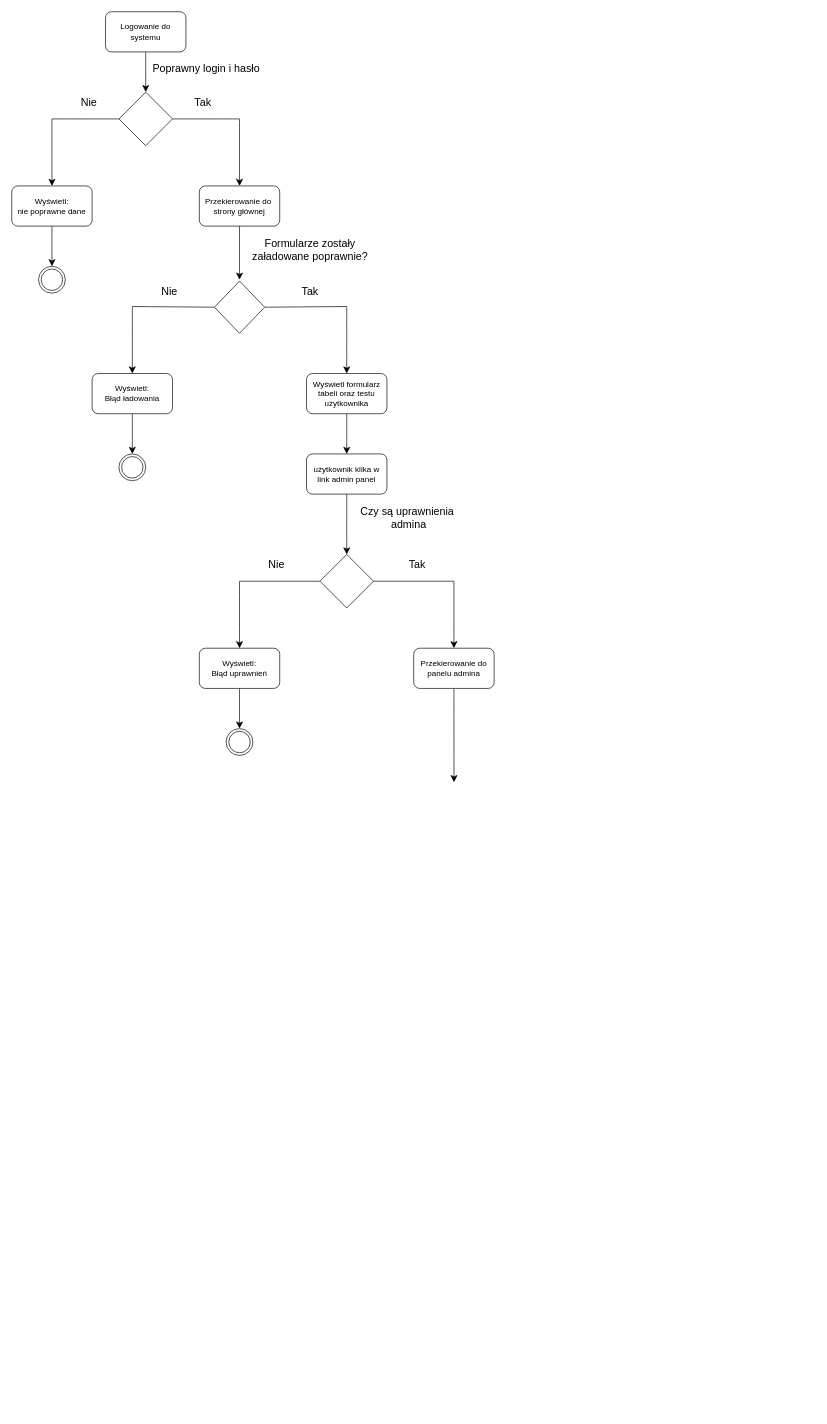
The draw.io diagram diagram/Diagram bez tytułu.drawio in Chill62/Diagram-egzamin, before the edit. Source tidied: cells renumbered, new cells numbered last; positions are measured from the earlier drawing's top-left corner, leaving out a move shared by most shapes. Both pictures are drawn from the tidied source at 67%, with x=0, y=0 at pixel (11, 11).
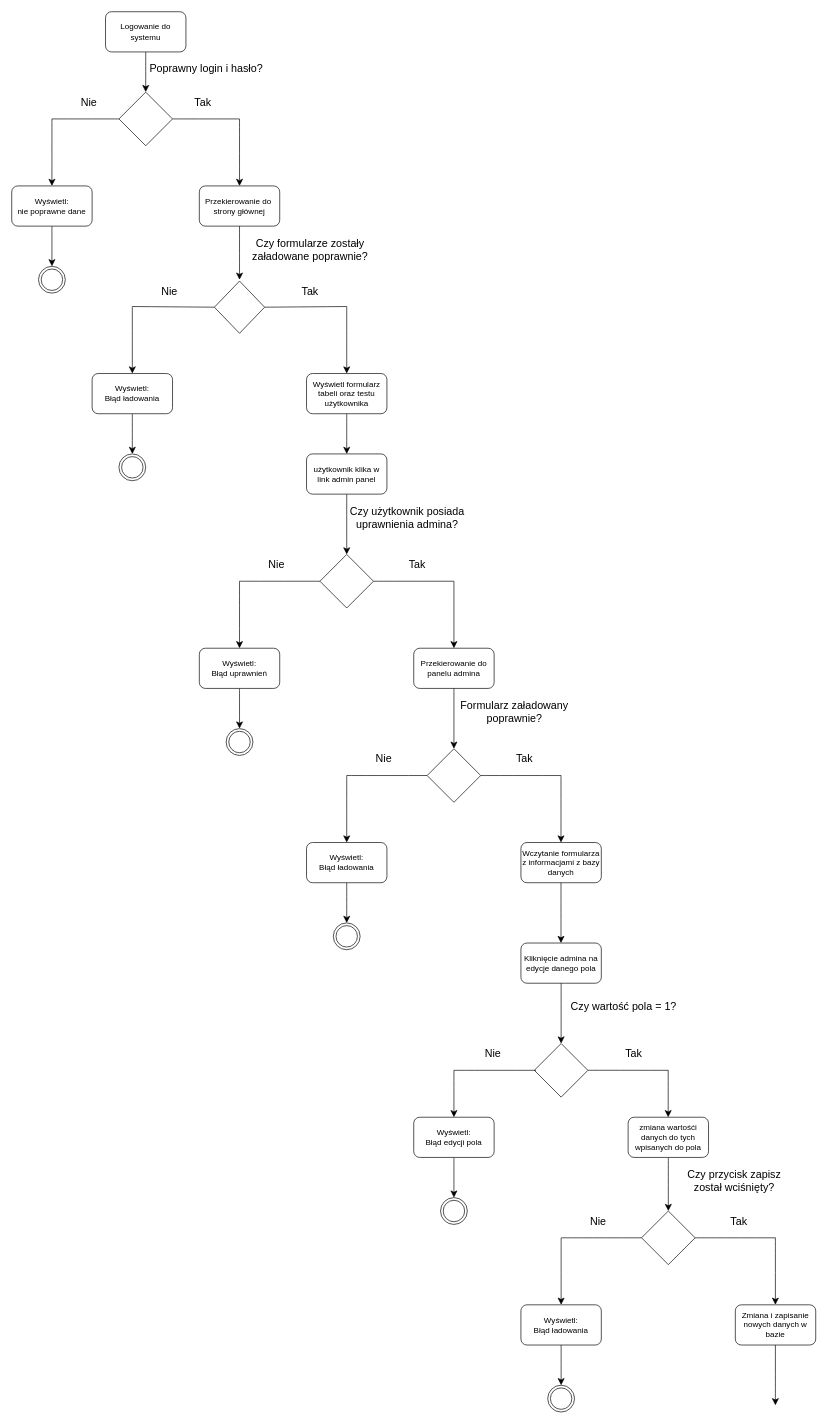
The same diagram, later.

Commit message:
Admin panel - edycja

The change refers to these unchanged cells:
```xml
<mxCell id="44" value="Przekierowanie do panelu admina" style="rounded=1;whiteSpace=wrap;html=1;" parent="1" vertex="1">
  <mxGeometry x="600" y="950" width="120" height="60" as="geometry" />
</mxCell>
```

What changed in the source:
```diff
@@
-    <mxCell id="9" value="Poprawny login i hasło" style="text;html=1;align=center;verticalAlign=middle;strokeColor=none;fillColor=none;fontSize=16;" parent="1" vertex="1">
-      <mxGeometry x="200" y="70" width="180" height="30" as="geometry" />
+    <mxCell id="9" value="Poprawny login i hasło?" style="text;html=1;align=center;verticalAlign=middle;strokeColor=none;fillColor=none;fontSize=16;" parent="1" vertex="1">
+      <mxGeometry x="195" y="70" width="190" height="30" as="geometry" />
     </mxCell>
@@
-    <mxCell id="20" value="Formularze zostały &lt;br&gt;załadowane&amp;nbsp;&lt;span style=&quot;background-color: initial;&quot;&gt;poprawnie?&lt;/span&gt;" style="text;html=1;align=center;verticalAlign=middle;strokeColor=none;fillColor=none;fontSize=16;" parent="1" vertex="1">
+    <mxCell id="20" value="Czy formularze zostały &lt;br&gt;załadowane&amp;nbsp;&lt;span style=&quot;background-color: initial;&quot;&gt;poprawnie?&lt;/span&gt;" style="text;html=1;align=center;verticalAlign=middle;strokeColor=none;fillColor=none;fontSize=16;" parent="1" vertex="1">
       <mxGeometry x="350" y="330" width="190" height="50" as="geometry" />
     </mxCell>
@@
-    <mxCell id="37" value="Czy są uprawnienia&lt;br&gt;&amp;nbsp;admina" style="text;html=1;align=center;verticalAlign=middle;strokeColor=none;fillColor=none;fontSize=16;" parent="1" vertex="1">
-      <mxGeometry x="510" y="730" width="160" height="50" as="geometry" />
+    <mxCell id="37" value="Czy użytkownik posiada &lt;br&gt;uprawnienia admina?" style="text;html=1;align=center;verticalAlign=middle;strokeColor=none;fillColor=none;fontSize=16;" parent="1" vertex="1">
+      <mxGeometry x="495" y="730" width="190" height="50" as="geometry" />
     </mxCell>
@@
-    <mxCell id="43" style="edgeStyle=none;curved=1;rounded=0;jettySize=auto;html=1;exitX=0.5;exitY=1;exitDx=0;exitDy=0;fontSize=12;startSize=8;endSize=8;" parent="1" edge="1" source="44">
-      <mxGeometry relative="1" as="geometry">
-        <mxPoint x="660.1" y="1150" as="targetPoint" />
-      </mxGeometry>
-    </mxCell>
@@
+    <mxCell id="45" style="edgeStyle=none;curved=1;rounded=0;jettySize=auto;html=1;exitX=0.5;exitY=1;exitDx=0;exitDy=0;fontSize=12;startSize=8;endSize=8;entryX=0.5;entryY=0;entryDx=0;entryDy=0;" parent="1" edge="1" target="46">
+      <mxGeometry relative="1" as="geometry">
+        <mxPoint x="660" y="1010" as="sourcePoint" />
+      </mxGeometry>
+    </mxCell>
+    <mxCell id="46" style="rhombus;whiteSpace=wrap;html=1;" parent="1" vertex="1">
+      <mxGeometry x="620" y="1100" width="80" height="80" as="geometry" />
+    </mxCell>
+    <mxCell id="47" style="edgeStyle=none;curved=1;rounded=0;orthogonalLoop=1;jettySize=auto;html=1;fontSize=12;startSize=8;endSize=8;endArrow=none;endFill=0;" parent="1" edge="1">
+      <mxGeometry relative="1" as="geometry">
+        <mxPoint x="500" y="1140" as="sourcePoint" />
+        <mxPoint x="620" y="1140" as="targetPoint" />
+      </mxGeometry>
+    </mxCell>
+    <mxCell id="48" value="Nie" style="text;html=1;align=center;verticalAlign=middle;strokeColor=none;fillColor=none;fontSize=16;" parent="1" vertex="1">
+      <mxGeometry x="530" y="1100" width="50" height="30" as="geometry" />
+    </mxCell>
+    <mxCell id="49" style="edgeStyle=none;curved=1;rounded=0;orthogonalLoop=1;jettySize=auto;html=1;fontSize=12;startSize=8;endSize=8;endArrow=none;endFill=0;" parent="1" edge="1">
+      <mxGeometry relative="1" as="geometry">
+        <mxPoint x="700" y="1140" as="sourcePoint" />
+        <mxPoint x="820" y="1140" as="targetPoint" />
+      </mxGeometry>
+    </mxCell>
+    <mxCell id="50" value="Tak" style="text;html=1;align=center;verticalAlign=middle;strokeColor=none;fillColor=none;fontSize=16;" parent="1" vertex="1">
+      <mxGeometry x="740" y="1100" width="50" height="30" as="geometry" />
+    </mxCell>
+    <mxCell id="51" value="Formularz załadowany &lt;br&gt;poprawnie?" style="text;html=1;align=center;verticalAlign=middle;strokeColor=none;fillColor=none;fontSize=16;" parent="1" vertex="1">
+      <mxGeometry x="660" y="1020" width="180" height="50" as="geometry" />
+    </mxCell>
+    <mxCell id="52" style="edgeStyle=none;curved=1;rounded=0;orthogonalLoop=1;jettySize=auto;html=1;fontSize=12;startSize=8;endSize=8;endArrow=classic;endFill=1;entryX=0.5;entryY=0;entryDx=0;entryDy=0;" parent="1" edge="1">
+      <mxGeometry relative="1" as="geometry">
+        <mxPoint x="500" y="1140" as="sourcePoint" />
+        <mxPoint x="500" y="1240" as="targetPoint" />
+      </mxGeometry>
+    </mxCell>
+    <mxCell id="53" style="edgeStyle=none;curved=1;rounded=0;orthogonalLoop=1;jettySize=auto;html=1;fontSize=12;startSize=8;endSize=8;endArrow=classic;endFill=1;entryX=0.5;entryY=0;entryDx=0;entryDy=0;" parent="1" edge="1">
+      <mxGeometry relative="1" as="geometry">
+        <mxPoint x="819.8" y="1140" as="sourcePoint" />
+        <mxPoint x="819.8" y="1240" as="targetPoint" />
+      </mxGeometry>
+    </mxCell>
+    <mxCell id="54" value="Wyświetl:&lt;div&gt;Błąd ładowania&lt;/div&gt;" style="rounded=1;whiteSpace=wrap;html=1;" parent="1" vertex="1">
+      <mxGeometry x="440" y="1240" width="120" height="60" as="geometry" />
+    </mxCell>
+    <mxCell id="55" style="edgeStyle=none;curved=1;rounded=0;jettySize=auto;html=1;exitX=0.5;exitY=1;exitDx=0;exitDy=0;fontSize=12;startSize=8;endSize=8;entryX=0.5;entryY=0;entryDx=0;entryDy=0;" parent="1" edge="1" target="56">
+      <mxGeometry relative="1" as="geometry">
+        <mxPoint x="500" y="1300" as="sourcePoint" />
+      </mxGeometry>
+    </mxCell>
+    <mxCell id="56" style="ellipse;html=1;shape=endState;" parent="1" vertex="1">
+      <mxGeometry x="480" y="1360" width="40" height="40" as="geometry" />
+    </mxCell>
+    <mxCell id="57" value="Kliknięcie admina na edycje danego pola" style="rounded=1;whiteSpace=wrap;html=1;" parent="1" vertex="1">
+      <mxGeometry x="760" y="1390" width="120" height="60" as="geometry" />
+    </mxCell>
+    <mxCell id="58" style="edgeStyle=none;curved=1;rounded=0;jettySize=auto;html=1;fontSize=12;startSize=8;endSize=8;entryX=0.5;entryY=0;entryDx=0;entryDy=0;exitX=0.5;exitY=1;exitDx=0;exitDy=0;" parent="1" edge="1" source="57" target="59">
+      <mxGeometry relative="1" as="geometry" />
+    </mxCell>
+    <mxCell id="59" style="rhombus;whiteSpace=wrap;html=1;" parent="1" vertex="1">
+      <mxGeometry x="780" y="1540" width="80" height="80" as="geometry" />
+    </mxCell>
+    <mxCell id="60" style="edgeStyle=none;curved=1;rounded=0;orthogonalLoop=1;jettySize=auto;html=1;fontSize=12;startSize=8;endSize=8;endArrow=none;endFill=0;" parent="1" edge="1">
+      <mxGeometry relative="1" as="geometry">
+        <mxPoint x="660" y="1580" as="sourcePoint" />
+        <mxPoint x="782.5" y="1580" as="targetPoint" />
+      </mxGeometry>
+    </mxCell>
+    <mxCell id="61" value="Nie" style="text;html=1;align=center;verticalAlign=middle;strokeColor=none;fillColor=none;fontSize=16;" parent="1" vertex="1">
+      <mxGeometry x="692.5" y="1540" width="50" height="30" as="geometry" />
+    </mxCell>
+    <mxCell id="62" style="edgeStyle=none;curved=1;rounded=0;orthogonalLoop=1;jettySize=auto;html=1;fontSize=12;startSize=8;endSize=8;endArrow=none;endFill=0;" parent="1" edge="1">
+      <mxGeometry relative="1" as="geometry">
+        <mxPoint x="860" y="1579.9" as="sourcePoint" />
+        <mxPoint x="980" y="1580" as="targetPoint" />
+      </mxGeometry>
+    </mxCell>
+    <mxCell id="63" value="Tak" style="text;html=1;align=center;verticalAlign=middle;strokeColor=none;fillColor=none;fontSize=16;" parent="1" vertex="1">
+      <mxGeometry x="902.5" y="1540" width="50" height="30" as="geometry" />
+    </mxCell>
+    <mxCell id="64" value="Czy wartość pola = 1?" style="text;html=1;align=center;verticalAlign=middle;strokeColor=none;fillColor=none;fontSize=16;" parent="1" vertex="1">
+      <mxGeometry x="822.5" y="1470" width="180" height="30" as="geometry" />
+    </mxCell>
+    <mxCell id="65" style="edgeStyle=none;curved=1;rounded=0;jettySize=auto;html=1;fontSize=12;startSize=8;endSize=8;endArrow=classic;endFill=1;entryX=0.5;entryY=0;entryDx=0;entryDy=0;" parent="1" edge="1" target="67">
+      <mxGeometry relative="1" as="geometry">
+        <mxPoint x="660" y="1580" as="sourcePoint" />
+      </mxGeometry>
+    </mxCell>
+    <mxCell id="66" style="edgeStyle=none;curved=1;rounded=0;jettySize=auto;html=1;exitX=0.5;exitY=1;exitDx=0;exitDy=0;fontSize=12;startSize=8;endSize=8;" parent="1" edge="1" source="67">
+      <mxGeometry relative="1" as="geometry">
+        <mxPoint x="660" y="1770" as="targetPoint" />
+      </mxGeometry>
+    </mxCell>
+    <mxCell id="67" value="Wyświetl:&lt;br&gt;Błąd edycji pola" style="rounded=1;whiteSpace=wrap;html=1;" parent="1" vertex="1">
+      <mxGeometry x="600" y="1650" width="120" height="60" as="geometry" />
+    </mxCell>
+    <mxCell id="68" style="ellipse;html=1;shape=endState;" parent="1" vertex="1">
+      <mxGeometry x="640" y="1770" width="40" height="40" as="geometry" />
+    </mxCell>
+    <mxCell id="69" value="Wczytanie formularza z informacjami z bazy danych" style="rounded=1;whiteSpace=wrap;html=1;" parent="1" vertex="1">
+      <mxGeometry x="760" y="1240" width="120" height="60" as="geometry" />
+    </mxCell>
+    <mxCell id="70" style="edgeStyle=none;curved=1;rounded=0;orthogonalLoop=1;jettySize=auto;html=1;fontSize=12;startSize=8;endSize=8;" parent="1" edge="1">
+      <mxGeometry relative="1" as="geometry">
+        <mxPoint x="819.8" y="1300" as="sourcePoint" />
+        <mxPoint x="819.8" y="1390" as="targetPoint" />
+        <Array as="points">
+          <mxPoint x="819.8" y="1370" />
+        </Array>
+      </mxGeometry>
+    </mxCell>
+    <mxCell id="71" style="edgeStyle=none;curved=1;rounded=0;jettySize=auto;html=1;exitX=0.5;exitY=1;exitDx=0;exitDy=0;entryX=0.5;entryY=0;entryDx=0;entryDy=0;fontSize=12;startSize=8;endSize=8;" parent="1" edge="1" source="72">
+      <mxGeometry relative="1" as="geometry">
+        <mxPoint x="980" y="1790" as="targetPoint" />
+      </mxGeometry>
+    </mxCell>
+    <mxCell id="72" value="zmiana wartośći danych do tych wpisanych do pola" style="rounded=1;whiteSpace=wrap;html=1;" parent="1" vertex="1">
+      <mxGeometry x="920" y="1650" width="120" height="60" as="geometry" />
+    </mxCell>
+    <mxCell id="73" style="edgeStyle=none;curved=1;rounded=0;orthogonalLoop=1;jettySize=auto;html=1;fontSize=12;startSize=8;endSize=8;endArrow=classic;endFill=1;entryX=0.5;entryY=0;entryDx=0;entryDy=0;" parent="1" edge="1">
+      <mxGeometry relative="1" as="geometry">
+        <mxPoint x="979.8" y="1580" as="sourcePoint" />
+        <mxPoint x="979.8" y="1650" as="targetPoint" />
+      </mxGeometry>
+    </mxCell>
+    <mxCell id="74" style="rhombus;whiteSpace=wrap;html=1;" parent="1" vertex="1">
+      <mxGeometry x="940" y="1790" width="80" height="80" as="geometry" />
+    </mxCell>
+    <mxCell id="75" style="edgeStyle=none;curved=1;rounded=0;orthogonalLoop=1;jettySize=auto;html=1;fontSize=12;startSize=8;endSize=8;endArrow=none;endFill=0;" parent="1" edge="1">
+      <mxGeometry relative="1" as="geometry">
+        <mxPoint x="820" y="1830" as="sourcePoint" />
+        <mxPoint x="940" y="1830" as="targetPoint" />
+      </mxGeometry>
+    </mxCell>
+    <mxCell id="76" value="Nie" style="text;html=1;align=center;verticalAlign=middle;strokeColor=none;fillColor=none;fontSize=16;" parent="1" vertex="1">
+      <mxGeometry x="850" y="1790" width="50" height="30" as="geometry" />
+    </mxCell>
+    <mxCell id="77" style="edgeStyle=none;curved=1;rounded=0;orthogonalLoop=1;jettySize=auto;html=1;fontSize=12;startSize=8;endSize=8;endArrow=none;endFill=0;" parent="1" edge="1">
+      <mxGeometry relative="1" as="geometry">
+        <mxPoint x="1020" y="1830" as="sourcePoint" />
+        <mxPoint x="1140" y="1830" as="targetPoint" />
+      </mxGeometry>
+    </mxCell>
+    <mxCell id="78" value="Tak" style="text;html=1;align=center;verticalAlign=middle;strokeColor=none;fillColor=none;fontSize=16;" parent="1" vertex="1">
+      <mxGeometry x="1060" y="1790" width="50" height="30" as="geometry" />
+    </mxCell>
+    <mxCell id="79" style="edgeStyle=none;curved=1;rounded=0;orthogonalLoop=1;jettySize=auto;html=1;fontSize=12;startSize=8;endSize=8;endArrow=classic;endFill=1;entryX=0.5;entryY=0;entryDx=0;entryDy=0;" parent="1" edge="1">
+      <mxGeometry relative="1" as="geometry">
+        <mxPoint x="820" y="1830" as="sourcePoint" />
+        <mxPoint x="820" y="1930" as="targetPoint" />
+      </mxGeometry>
+    </mxCell>
+    <mxCell id="80" style="edgeStyle=none;curved=1;rounded=0;orthogonalLoop=1;jettySize=auto;html=1;fontSize=12;startSize=8;endSize=8;endArrow=classic;endFill=1;entryX=0.5;entryY=0;entryDx=0;entryDy=0;" parent="1" edge="1">
+      <mxGeometry relative="1" as="geometry">
+        <mxPoint x="1139.8" y="1830" as="sourcePoint" />
+        <mxPoint x="1139.8" y="1930" as="targetPoint" />
+      </mxGeometry>
+    </mxCell>
+    <mxCell id="81" value="Wyświetl:&lt;div&gt;Błąd ładowania&lt;/div&gt;" style="rounded=1;whiteSpace=wrap;html=1;" parent="1" vertex="1">
+      <mxGeometry x="760" y="1930" width="120" height="60" as="geometry" />
+    </mxCell>
+    <mxCell id="82" style="edgeStyle=none;curved=1;rounded=0;jettySize=auto;html=1;exitX=0.5;exitY=1;exitDx=0;exitDy=0;fontSize=12;startSize=8;endSize=8;entryX=0.5;entryY=0;entryDx=0;entryDy=0;" parent="1" edge="1" target="83">
+      <mxGeometry relative="1" as="geometry">
+        <mxPoint x="820" y="1990" as="sourcePoint" />
+      </mxGeometry>
+    </mxCell>
+    <mxCell id="83" style="ellipse;html=1;shape=endState;" parent="1" vertex="1">
+      <mxGeometry x="800" y="2050" width="40" height="40" as="geometry" />
+    </mxCell>
+    <mxCell id="84" value="Zmiana i zapisanie nowych danych w bazie" style="rounded=1;whiteSpace=wrap;html=1;" parent="1" vertex="1">
+      <mxGeometry x="1080" y="1930" width="120" height="60" as="geometry" />
+    </mxCell>
+    <mxCell id="85" style="edgeStyle=none;curved=1;rounded=0;orthogonalLoop=1;jettySize=auto;html=1;fontSize=12;startSize=8;endSize=8;" parent="1" edge="1">
+      <mxGeometry relative="1" as="geometry">
+        <mxPoint x="1139.8" y="1990" as="sourcePoint" />
+        <mxPoint x="1139.8" y="2080" as="targetPoint" />
+        <Array as="points">
+          <mxPoint x="1139.8" y="2060" />
+        </Array>
+      </mxGeometry>
+    </mxCell>
+    <mxCell id="86" value="Czy przycisk zapisz &lt;br&gt;został wciśnięty?" style="text;html=1;align=center;verticalAlign=middle;strokeColor=none;fillColor=none;fontSize=16;" parent="1" vertex="1">
+      <mxGeometry x="997.5" y="1720" width="160" height="50" as="geometry" />
+    </mxCell>
```
